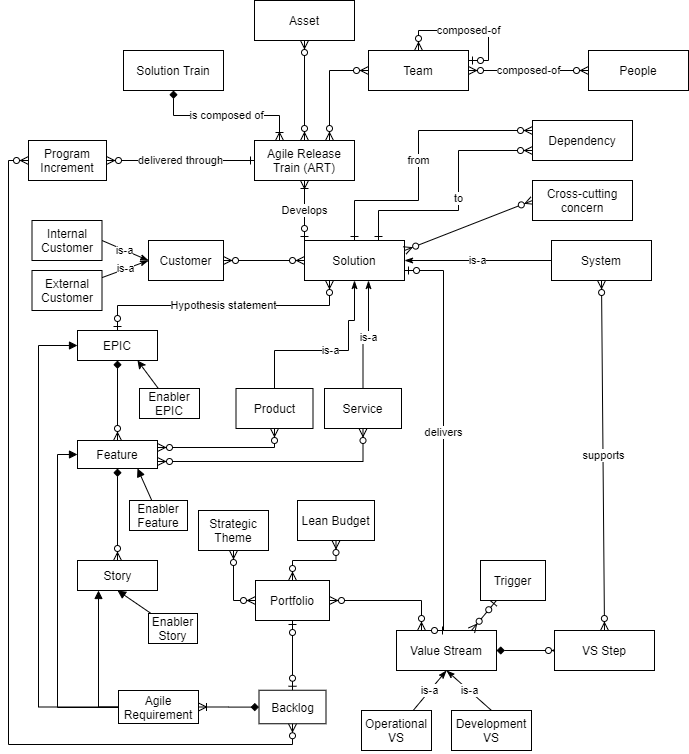
Before: meta-model/images/SAFe Meta Model - draft.png, a diagram exported from draw.io (michelin/Continuous-Architecture-Toolkit). Source tidied: cells renumbered, new cells last; positions are measured from the earlier drawing's top-left corner, leaving out a move shared by most shapes.
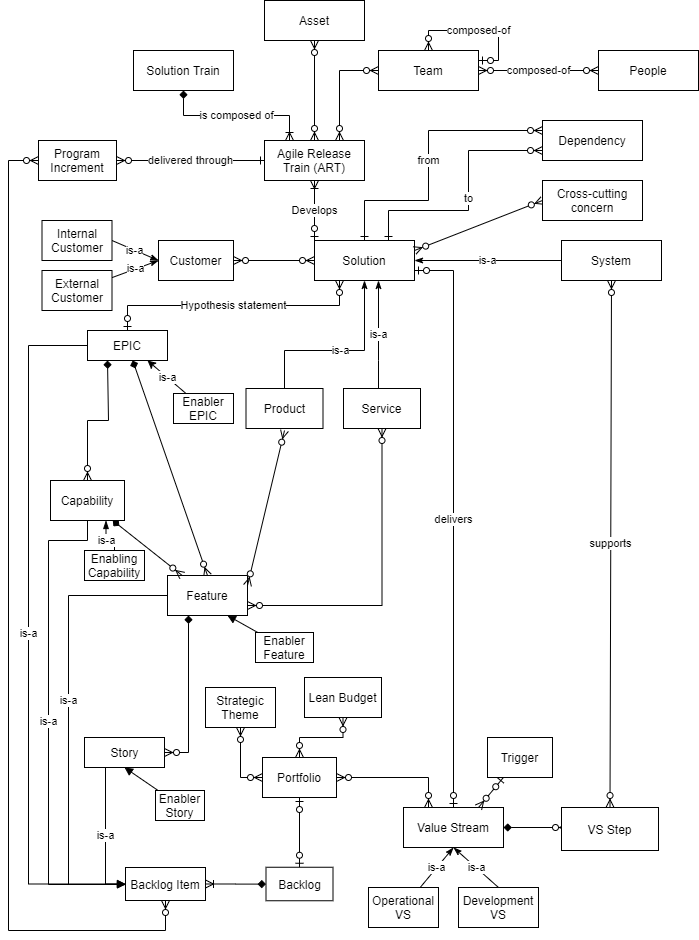
After the change.

Commit message:
New meta-model version Signed-off-by: Frederic LE <fle3@dxc.com>

Diff of the diagram source:
```diff
@@ -4,26 +4,26 @@
     <mxCell id="1" parent="0" />
     <mxCell id="2" style="edgeStyle=orthogonalEdgeStyle;rounded=0;jettySize=auto;html=1;startArrow=diamond;startFill=1;endArrow=ERzeroToMany;endFill=1;exitX=1;exitY=0.5;exitDx=0;exitDy=0;" parent="1" edge="1" source="3">
       <mxGeometry relative="1" as="geometry">
-        <mxPoint x="552" y="650" as="targetPoint" />
+        <mxPoint x="549" y="827" as="targetPoint" />
       </mxGeometry>
     </mxCell>
     <mxCell id="3" value="Value Stream" style="whiteSpace=wrap;html=1;align=center;" parent="1" vertex="1">
-      <mxGeometry x="388" y="630" width="100" height="40" as="geometry" />
+      <mxGeometry x="385" y="807" width="100" height="40" as="geometry" />
     </mxCell>
     <mxCell id="4" value="VS Step" style="whiteSpace=wrap;html=1;align=center;" parent="1" vertex="1">
-      <mxGeometry x="546" y="630" width="100" height="40" as="geometry" />
+      <mxGeometry x="543" y="807" width="97" height="43" as="geometry" />
     </mxCell>
     <mxCell id="5" value="is-a" style="edgeStyle=none;rounded=0;jettySize=auto;html=1;entryX=0.5;entryY=1;entryDx=0;entryDy=0;startArrow=none;startFill=0;endArrow=classicThin;endFill=1;" parent="1" edge="1" source="6" target="3">
       <mxGeometry relative="1" as="geometry" />
     </mxCell>
     <mxCell id="6" value="Operational VS" style="whiteSpace=wrap;html=1;align=center;" parent="1" vertex="1">
-      <mxGeometry x="353" y="710" width="70" height="40" as="geometry" />
+      <mxGeometry x="350" y="887" width="70" height="40" as="geometry" />
     </mxCell>
     <mxCell id="7" value="is-a" style="edgeStyle=none;rounded=0;jettySize=auto;html=1;exitX=0.5;exitY=0;exitDx=0;exitDy=0;entryX=0.5;entryY=1;entryDx=0;entryDy=0;startArrow=none;startFill=0;endArrow=classicThin;endFill=1;" parent="1" edge="1" source="8" target="3">
       <mxGeometry relative="1" as="geometry" />
     </mxCell>
     <mxCell id="8" value="Development VS" style="whiteSpace=wrap;html=1;align=center;" parent="1" vertex="1">
-      <mxGeometry x="443" y="710" width="80" height="40" as="geometry" />
+      <mxGeometry x="440" y="887" width="80" height="40" as="geometry" />
     </mxCell>
     <mxCell id="9" value="System" style="whiteSpace=wrap;html=1;align=center;" parent="1" vertex="1">
       <mxGeometry x="543" y="240" width="100" height="40" as="geometry" />
@@ -44,7 +44,7 @@
       <mxGeometry relative="1" as="geometry" />
     </mxCell>
     <mxCell id="15" value="Trigger" style="whiteSpace=wrap;html=1;align=center;" parent="1" vertex="1">
-      <mxGeometry x="472" y="560" width="65" height="40" as="geometry" />
+      <mxGeometry x="469" y="737" width="65" height="40" as="geometry" />
     </mxCell>
     <mxCell id="16" value="delivers" style="rounded=0;jettySize=auto;html=1;entryX=0.5;entryY=0;entryDx=0;entryDy=0;endArrow=ERzeroToOne;endFill=1;startArrow=ERzeroToOne;startFill=1;edgeStyle=orthogonalEdgeStyle;" parent="1" edge="1" source="18" target="3">
       <mxGeometry relative="1" as="geometry">
@@ -66,14 +66,13 @@
       <mxGeometry relative="1" as="geometry">
         <mxPoint x="360" y="280" as="targetPoint" />
         <Array as="points">
-          <mxPoint x="355" y="340" />
-          <mxPoint x="360" y="340" />
-          <mxPoint x="360" y="280" />
+          <mxPoint x="360" y="360" />
+          <mxPoint x="360" y="360" />
         </Array>
       </mxGeometry>
     </mxCell>
     <mxCell id="21" value="Service" style="whiteSpace=wrap;html=1;align=center;" parent="1" vertex="1">
-      <mxGeometry x="316" y="388" width="77" height="40" as="geometry" />
+      <mxGeometry x="325" y="388" width="77" height="40" as="geometry" />
     </mxCell>
     <mxCell id="22" value="Customer" style="whiteSpace=wrap;html=1;align=center;" parent="1" vertex="1">
       <mxGeometry x="140" y="240" width="75" height="40" as="geometry" />
@@ -151,25 +150,33 @@
     <mxCell id="41" value="composed-of" style="edgeStyle=orthogonalEdgeStyle;rounded=0;orthogonalLoop=1;jettySize=auto;html=1;entryX=1;entryY=0.25;entryDx=0;entryDy=0;startArrow=ERzeroToMany;startFill=1;endArrow=ERzeroToOne;endFill=1;" parent="1" edge="1" source="40" target="40">
       <mxGeometry relative="1" as="geometry" />
     </mxCell>
-    <mxCell id="42" style="edgeStyle=none;rounded=0;jettySize=auto;html=1;entryX=0.5;entryY=0;entryDx=0;entryDy=0;startArrow=diamond;startFill=1;endArrow=ERzeroToMany;endFill=1;" parent="1" edge="1" source="45" target="48">
+    <mxCell id="42" style="rounded=0;jettySize=auto;html=1;entryX=0.5;entryY=0;entryDx=0;entryDy=0;startArrow=diamond;startFill=1;endArrow=ERzeroToMany;endFill=1;" parent="1" edge="1" source="45" target="48">
       <mxGeometry relative="1" as="geometry" />
     </mxCell>
-    <mxCell id="43" style="edgeStyle=orthogonalEdgeStyle;rounded=0;jettySize=auto;html=1;entryX=0;entryY=0.5;entryDx=0;entryDy=0;startArrow=block;startFill=1;endArrow=none;endFill=0;" parent="1" edge="1" source="45" target="67">
+    <mxCell id="43" value="is-a" style="edgeStyle=orthogonalEdgeStyle;rounded=0;jettySize=auto;html=1;entryX=0;entryY=0.5;entryDx=0;entryDy=0;startArrow=none;startFill=0;endArrow=block;endFill=1;" parent="1" edge="1" source="45" target="67">
       <mxGeometry relative="1" as="geometry">
         <Array as="points">
-          <mxPoint x="30" y="345" />
-          <mxPoint x="30" y="707" />
+          <mxPoint x="10" y="345" />
+          <mxPoint x="10" y="884" />
         </Array>
       </mxGeometry>
     </mxCell>
-    <mxCell id="44" style="rounded=0;jettySize=auto;html=1;startArrow=block;startFill=1;endArrow=none;endFill=0;exitX=0;exitY=0.5;exitDx=0;exitDy=0;edgeStyle=orthogonalEdgeStyle;" parent="1" edge="1" source="48" target="67">
-      <mxGeometry relative="1" as="geometry">
+    <mxCell id="44" value="is-a" style="rounded=0;jettySize=auto;html=1;startArrow=none;startFill=0;endArrow=block;endFill=1;exitX=0;exitY=0.5;exitDx=0;exitDy=0;edgeStyle=orthogonalEdgeStyle;" parent="1" edge="1" source="48" target="67">
+      <mxGeometry x="-0.08" relative="1" as="geometry">
         <Array as="points">
-          <mxPoint x="49" y="454" />
-          <mxPoint x="49" y="707" />
+          <mxPoint x="50" y="595" />
+          <mxPoint x="50" y="884" />
         </Array>
       </mxGeometry>
     </mxCell>
+    <mxCell id="72" style="edgeStyle=none;rounded=0;jettySize=auto;html=1;entryX=0.5;entryY=0;entryDx=0;entryDy=0;startArrow=diamond;startFill=1;endArrow=ERzeroToMany;endFill=1;exitX=0.25;exitY=1;exitDx=0;exitDy=0;" parent="1" edge="1" source="45" target="75">
+      <mxGeometry relative="1" as="geometry">
+        <Array as="points">
+          <mxPoint x="90" y="420" />
+          <mxPoint x="69" y="420" />
+        </Array>
+      </mxGeometry>
+    </mxCell>
     <mxCell id="45" value="EPIC" style="whiteSpace=wrap;html=1;align=center;" parent="1" vertex="1">
       <mxGeometry x="69" y="330" width="80" height="30" as="geometry" />
     </mxCell>
@@ -180,51 +187,55 @@
       <mxGeometry relative="1" as="geometry">
         <Array as="points">
           <mxPoint x="266" y="350" />
-          <mxPoint x="340" y="350" />
-          <mxPoint x="340" y="320" />
-          <mxPoint x="346" y="320" />
+          <mxPoint x="346" y="350" />
         </Array>
       </mxGeometry>
     </mxCell>
     <mxCell id="48" value="Feature" style="whiteSpace=wrap;html=1;align=center;" parent="1" vertex="1">
-      <mxGeometry x="69" y="440" width="80" height="28" as="geometry" />
+      <mxGeometry x="149" y="575" width="80" height="40" as="geometry" />
     </mxCell>
-    <mxCell id="49" style="endArrow=ERzeroToMany;html=1;rounded=0;exitX=0.5;exitY=1;exitDx=0;exitDy=0;edgeStyle=orthogonalEdgeStyle;entryX=1;entryY=0.25;entryDx=0;entryDy=0;startArrow=ERzeroToMany;startFill=1;endFill=1;" parent="1" edge="1" source="19" target="48">
-      <mxGeometry relative="1" as="geometry" />
+    <mxCell id="49" style="endArrow=ERzeroToMany;html=1;rounded=0;entryX=1;entryY=0.25;entryDx=0;entryDy=0;startArrow=ERzeroToMany;startFill=1;endFill=1;" parent="1" edge="1" target="48">
+      <mxGeometry relative="1" as="geometry">
+        <mxPoint x="266" y="430" as="sourcePoint" />
+      </mxGeometry>
     </mxCell>
-    <mxCell id="50" style="endArrow=ERzeroToMany;html=1;rounded=0;exitX=1;exitY=0.75;exitDx=0;exitDy=0;entryX=0.5;entryY=1;entryDx=0;entryDy=0;edgeStyle=orthogonalEdgeStyle;startArrow=ERzeroToMany;startFill=1;endFill=1;" parent="1" edge="1" source="48" target="21">
+    <mxCell id="50" style="endArrow=ERzeroToMany;html=1;rounded=0;exitX=1;exitY=0.75;exitDx=0;exitDy=0;entryX=0.5;entryY=1;entryDx=0;entryDy=0;startArrow=ERzeroToMany;startFill=1;endFill=1;edgeStyle=orthogonalEdgeStyle;" parent="1" edge="1" source="48" target="21">
       <mxGeometry relative="1" as="geometry" />
     </mxCell>
-    <mxCell id="51" style="rounded=0;jettySize=auto;html=1;entryX=0.75;entryY=1;entryDx=0;entryDy=0;" parent="1" edge="1" source="52" target="45">
+    <mxCell id="51" value="is-a" style="rounded=0;jettySize=auto;html=1;entryX=0.75;entryY=1;entryDx=0;entryDy=0;" parent="1" edge="1" source="52" target="45">
       <mxGeometry relative="1" as="geometry" />
     </mxCell>
     <mxCell id="52" value="Enabler EPIC" style="whiteSpace=wrap;html=1;align=center;" parent="1" vertex="1">
-      <mxGeometry x="131" y="388" width="60" height="30" as="geometry" />
+      <mxGeometry x="155" y="393" width="60" height="30" as="geometry" />
     </mxCell>
     <mxCell id="53" style="edgeStyle=orthogonalEdgeStyle;rounded=0;jettySize=auto;html=1;endArrow=diamond;endFill=1;startArrow=ERzeroToMany;startFill=1;" parent="1" edge="1" source="55" target="48">
-      <mxGeometry relative="1" as="geometry" />
+      <mxGeometry relative="1" as="geometry">
+        <Array as="points">
+          <mxPoint x="170" y="752" />
+        </Array>
+      </mxGeometry>
     </mxCell>
-    <mxCell id="54" style="edgeStyle=orthogonalEdgeStyle;rounded=0;jettySize=auto;html=1;entryX=0;entryY=0.5;entryDx=0;entryDy=0;startArrow=block;startFill=1;endArrow=none;endFill=0;" parent="1" edge="1" source="55" target="67">
+    <mxCell id="54" value="is-a" style="edgeStyle=orthogonalEdgeStyle;rounded=0;jettySize=auto;html=1;entryX=0;entryY=0.5;entryDx=0;entryDy=0;startArrow=none;startFill=0;endArrow=block;endFill=1;" parent="1" edge="1" source="55" target="67">
       <mxGeometry relative="1" as="geometry">
         <Array as="points">
-          <mxPoint x="90" y="707" />
+          <mxPoint x="87" y="884" />
         </Array>
       </mxGeometry>
     </mxCell>
     <mxCell id="55" value="Story" style="html=1;" parent="1" vertex="1">
-      <mxGeometry x="69" y="560" width="80" height="30" as="geometry" />
+      <mxGeometry x="66" y="737" width="80" height="30" as="geometry" />
     </mxCell>
     <mxCell id="56" style="rounded=0;jettySize=auto;html=1;startArrow=none;startFill=0;endArrow=block;endFill=1;entryX=0.75;entryY=1;entryDx=0;entryDy=0;" parent="1" edge="1" source="57" target="48">
       <mxGeometry relative="1" as="geometry" />
     </mxCell>
     <mxCell id="57" value="Enabler Feature" style="whiteSpace=wrap;html=1;align=center;" parent="1" vertex="1">
-      <mxGeometry x="121" y="500" width="58" height="30" as="geometry" />
+      <mxGeometry x="237" y="632" width="58" height="30" as="geometry" />
     </mxCell>
     <mxCell id="58" style="rounded=0;jettySize=auto;html=1;startArrow=none;startFill=0;endArrow=block;endFill=1;entryX=0.5;entryY=1;entryDx=0;entryDy=0;" parent="1" edge="1" source="59" target="55">
       <mxGeometry relative="1" as="geometry" />
     </mxCell>
     <mxCell id="59" value="Enabler Story" style="whiteSpace=wrap;html=1;align=center;" parent="1" vertex="1">
-      <mxGeometry x="140" y="613" width="49" height="30" as="geometry" />
+      <mxGeometry x="137" y="790" width="49" height="30" as="geometry" />
     </mxCell>
     <mxCell id="60" style="edgeStyle=orthogonalEdgeStyle;rounded=0;jettySize=auto;html=1;entryX=0.25;entryY=0;entryDx=0;entryDy=0;startArrow=ERzeroToMany;startFill=1;endArrow=ERzeroToMany;endFill=1;exitX=1;exitY=0.5;exitDx=0;exitDy=0;" parent="1" edge="1" source="62" target="3">
       <mxGeometry relative="1" as="geometry" />
@@ -233,40 +244,67 @@
       <mxGeometry relative="1" as="geometry" />
     </mxCell>
     <mxCell id="62" value="Portfolio" style="whiteSpace=wrap;html=1;align=center;" parent="1" vertex="1">
-      <mxGeometry x="247" y="580" width="74" height="40" as="geometry" />
+      <mxGeometry x="244" y="757" width="74" height="40" as="geometry" />
     </mxCell>
     <mxCell id="63" style="edgeStyle=orthogonalEdgeStyle;rounded=0;jettySize=auto;html=1;entryX=0;entryY=0.5;entryDx=0;entryDy=0;startArrow=ERzeroToMany;startFill=1;endArrow=ERzeroToMany;endFill=1;" parent="1" edge="1" source="64" target="62">
       <mxGeometry relative="1" as="geometry" />
     </mxCell>
     <mxCell id="64" value="Strategic Theme" style="whiteSpace=wrap;html=1;align=center;" parent="1" vertex="1">
-      <mxGeometry x="190" y="510" width="70" height="40" as="geometry" />
+      <mxGeometry x="187" y="687" width="70" height="40" as="geometry" />
     </mxCell>
     <mxCell id="65" style="edgeStyle=orthogonalEdgeStyle;rounded=0;jettySize=auto;html=1;entryX=0.5;entryY=0;entryDx=0;entryDy=0;startArrow=ERzeroToMany;startFill=1;endArrow=ERzeroToMany;endFill=1;" parent="1" edge="1" source="66" target="62">
       <mxGeometry relative="1" as="geometry" />
     </mxCell>
     <mxCell id="66" value="Lean Budget" style="whiteSpace=wrap;html=1;align=center;" parent="1" vertex="1">
-      <mxGeometry x="289" y="500" width="77" height="40" as="geometry" />
+      <mxGeometry x="286" y="677" width="77" height="40" as="geometry" />
     </mxCell>
-    <mxCell id="67" value="Agile Requirement" style="whiteSpace=wrap;html=1;align=center;" parent="1" vertex="1">
-      <mxGeometry x="110" y="690" width="80" height="33" as="geometry" />
+    <mxCell id="67" value="Backlog Item" style="whiteSpace=wrap;html=1;align=center;" parent="1" vertex="1">
+      <mxGeometry x="107" y="867" width="80" height="33" as="geometry" />
     </mxCell>
     <mxCell id="68" style="edgeStyle=orthogonalEdgeStyle;rounded=0;jettySize=auto;html=1;entryX=1;entryY=0.5;entryDx=0;entryDy=0;startArrow=diamond;startFill=1;endArrow=ERoneToMany;endFill=0;" parent="1" edge="1" source="69" target="67">
       <mxGeometry relative="1" as="geometry" />
     </mxCell>
     <mxCell id="69" value="Backlog" style="whiteSpace=wrap;html=1;align=center;" parent="1" vertex="1">
-      <mxGeometry x="250.5" y="689.8" width="67" height="33.5" as="geometry" />
+      <mxGeometry x="247.5" y="866.8" width="67" height="33.5" as="geometry" />
     </mxCell>
-    <mxCell id="70" style="edgeStyle=orthogonalEdgeStyle;rounded=0;jettySize=auto;html=1;entryX=0.5;entryY=1;entryDx=0;entryDy=0;startArrow=ERzeroToMany;startFill=1;endArrow=ERzeroToMany;endFill=1;" parent="1" edge="1" source="71" target="69">
+    <mxCell id="70" style="edgeStyle=orthogonalEdgeStyle;rounded=0;jettySize=auto;html=1;startArrow=ERzeroToMany;startFill=1;endArrow=ERzeroToMany;endFill=1;entryX=0.5;entryY=1;entryDx=0;entryDy=0;" parent="1" edge="1" source="71" target="67">
       <mxGeometry relative="1" as="geometry">
         <Array as="points">
-          <mxPoint y="160" />
-          <mxPoint y="744" />
-          <mxPoint x="284" y="744" />
+          <mxPoint x="-10" y="160" />
+          <mxPoint x="-10" y="930" />
+          <mxPoint x="147" y="930" />
         </Array>
       </mxGeometry>
     </mxCell>
     <mxCell id="71" value="Program Increment" style="whiteSpace=wrap;html=1;align=center;" parent="1" vertex="1">
       <mxGeometry x="20" y="140" width="78" height="40" as="geometry" />
     </mxCell>
+    <mxCell id="73" style="edgeStyle=none;rounded=0;jettySize=auto;html=1;startArrow=diamond;startFill=1;endArrow=ERzeroToMany;endFill=1;" parent="1" edge="1" source="75" target="48">
+      <mxGeometry relative="1" as="geometry" />
+    </mxCell>
+    <mxCell id="74" value="is-a" style="edgeStyle=orthogonalEdgeStyle;rounded=0;jettySize=auto;html=1;startArrow=none;startFill=0;endArrow=blockThin;endFill=1;" parent="1" edge="1" source="75">
+      <mxGeometry relative="1" as="geometry">
+        <mxPoint x="107" y="884" as="targetPoint" />
+        <Array as="points">
+          <mxPoint x="69" y="540" />
+          <mxPoint x="30" y="540" />
+          <mxPoint x="30" y="884" />
+        </Array>
+      </mxGeometry>
+    </mxCell>
+    <mxCell id="75" value="Capability" style="whiteSpace=wrap;html=1;align=center;" parent="1" vertex="1">
+      <mxGeometry x="32" y="480" width="74" height="40" as="geometry" />
+    </mxCell>
+    <mxCell id="76" value="is-a" style="edgeStyle=orthogonalEdgeStyle;rounded=0;jettySize=auto;html=1;entryX=0.75;entryY=1;entryDx=0;entryDy=0;startArrow=none;startFill=0;endArrow=blockThin;endFill=1;" parent="1" edge="1" source="77" target="75">
+      <mxGeometry relative="1" as="geometry">
+        <Array as="points">
+          <mxPoint x="96" y="540" />
+          <mxPoint x="88" y="540" />
+        </Array>
+      </mxGeometry>
+    </mxCell>
+    <mxCell id="77" value="Enabling Capability" style="whiteSpace=wrap;html=1;align=center;" parent="1" vertex="1">
+      <mxGeometry x="66" y="550" width="60" height="30" as="geometry" />
+    </mxCell>
   </root>
 </mxGraphModel>
```
